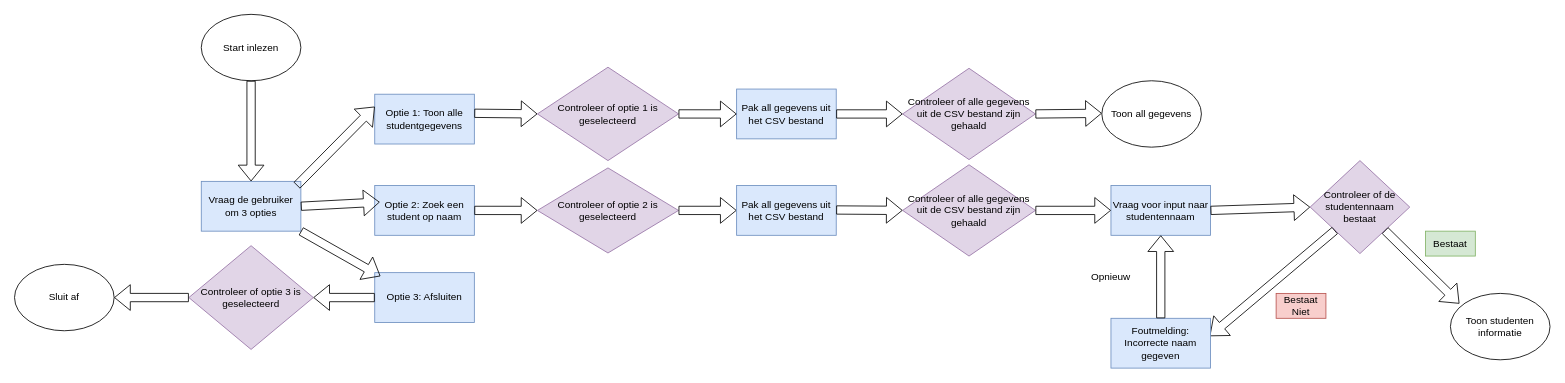
Above: Diagram zonder titel.drawio in Hamsterbalzak1/Ray4N (draw.io), before the change. Source tidied: cells renumbered, new cells numbered last; positions are measured from the earlier drawing's top-left corner, leaving out a move shared by most shapes. Both pictures are drawn from the tidied source at 83%, with x=0, y=0 at pixel (14, 14).
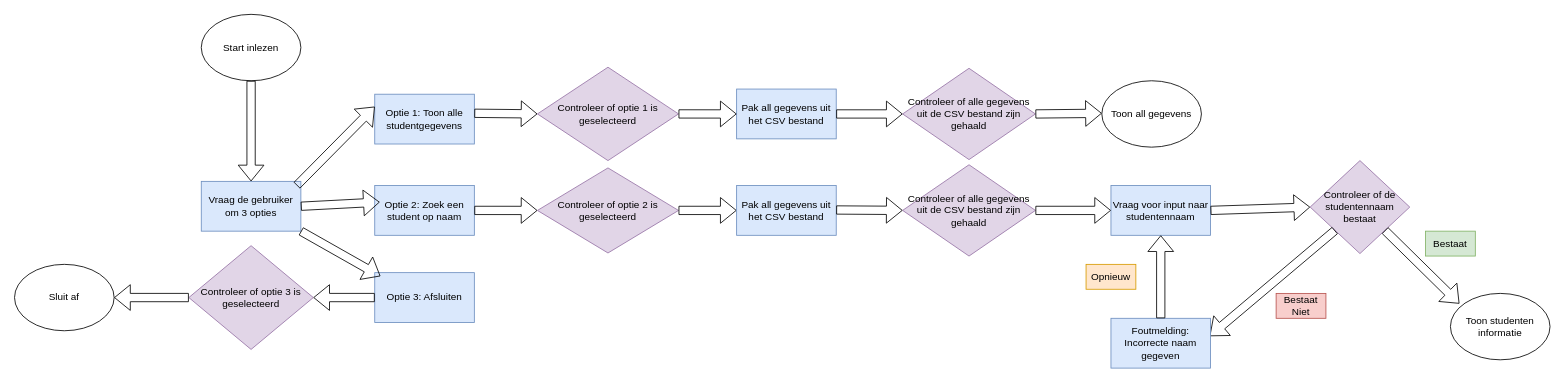
Above is the later version.

Diff of the diagram source:
```diff
@@
-    <mxCell id="35" value="Opnieuw" style="text;html=1;align=center;verticalAlign=middle;whiteSpace=wrap;rounded=0;" parent="1" vertex="1">
+    <mxCell id="35" value="Opnieuw" style="text;html=1;align=center;verticalAlign=middle;whiteSpace=wrap;rounded=0;fillColor=#ffe6cc;strokeColor=#d79b00;" parent="1" vertex="1">
       <mxGeometry x="1291" y="301" width="60" height="30" as="geometry" />
     </mxCell>
```
